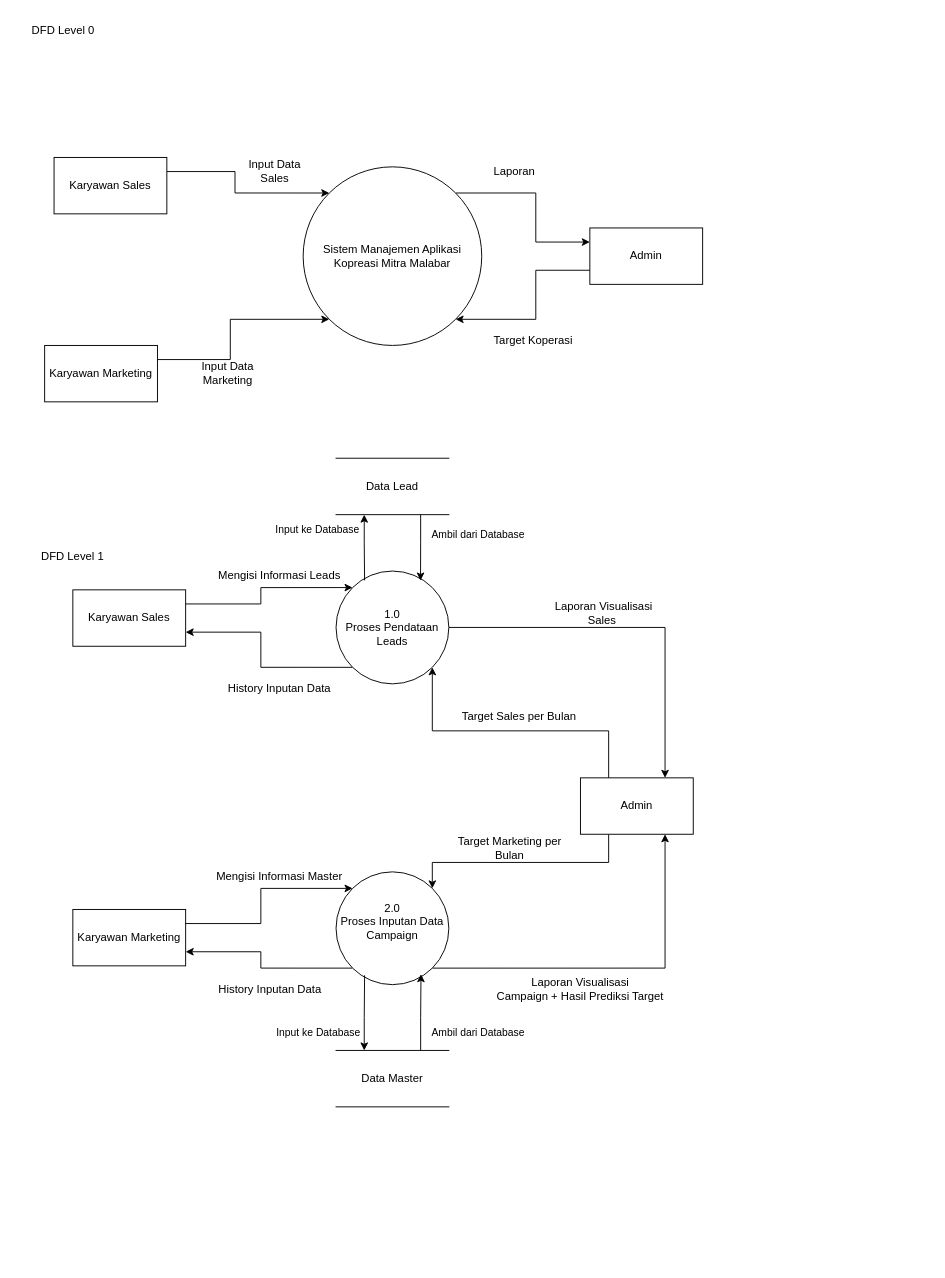
Earlier version of the draw.io diagram DFD_Koperasi Mitra Malabar.drawio.xml (NararyaPutra/Dokumentasi_Project-Koperasi-Mitra-Malabar). Source tidied: cells renumbered, new cells numbered last; positions are measured from the earlier drawing's top-left corner, leaving out a move shared by most shapes. Both pictures are drawn from the tidied source at 94%, with x=0, y=0 at pixel (16, 16).
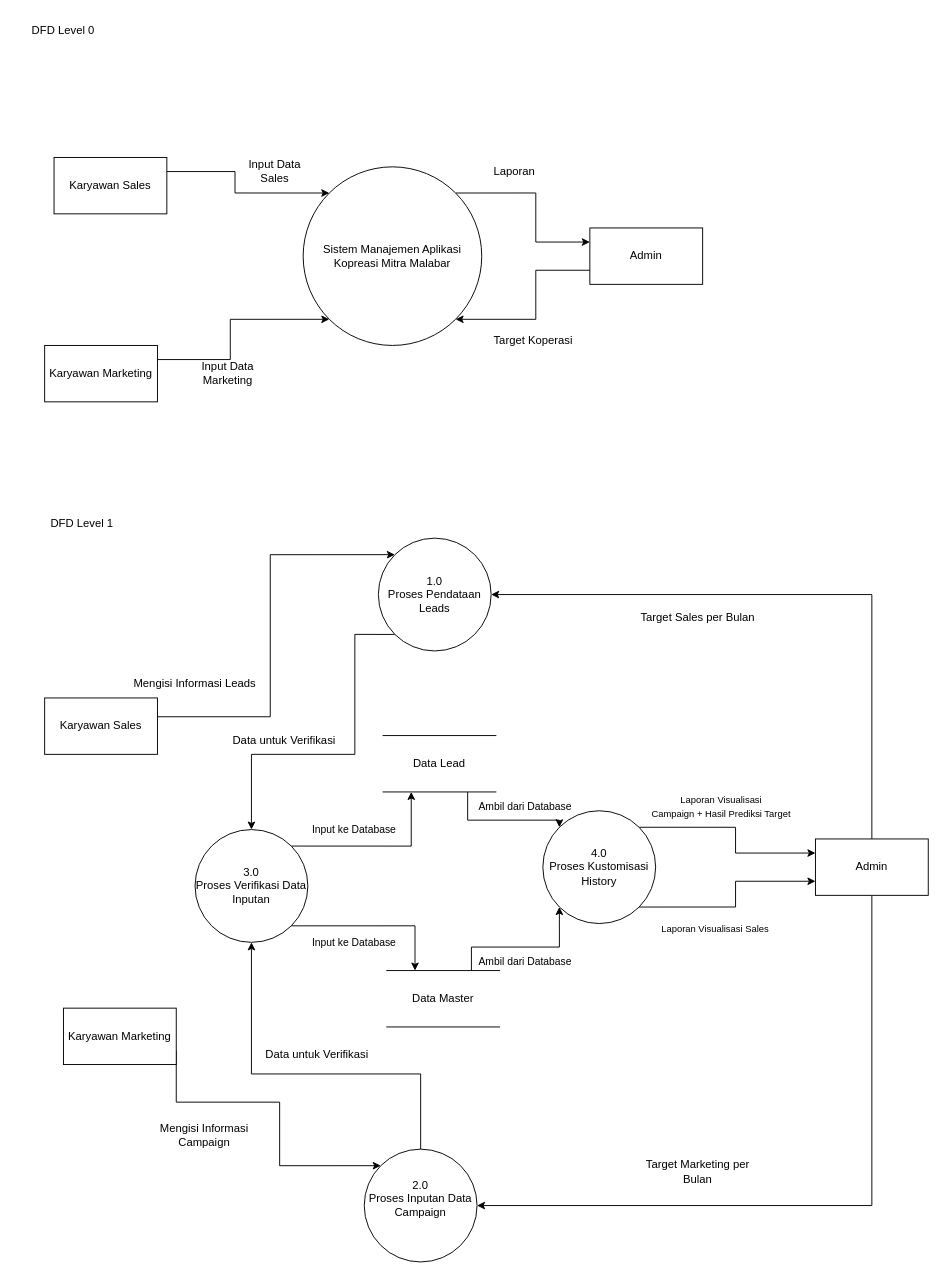
After the change.

The edit, as a diff of the source:
```diff
@@
-    <mxCell id="9" style="edgeStyle=orthogonalEdgeStyle;rounded=0;jettySize=auto;html=1;exitX=1;exitY=0.75;exitDx=0;exitDy=0;entryX=0;entryY=1;entryDx=0;entryDy=0;startArrow=classic;startFill=1;endArrow=none;endFill=0;" parent="1" edge="1" source="10" target="17">
-      <mxGeometry relative="1" as="geometry" />
-    </mxCell>
+    <mxCell id="47" style="edgeStyle=orthogonalEdgeStyle;rounded=0;jettySize=auto;html=1;exitX=1;exitY=0.25;exitDx=0;exitDy=0;entryX=0;entryY=0;entryDx=0;entryDy=0;" parent="1" edge="1" source="10" target="17">
+      <mxGeometry relative="1" as="geometry">
+        <Array as="points">
+          <mxPoint x="150" y="745" />
+          <mxPoint x="270" y="745" />
+          <mxPoint x="270" y="573" />
+        </Array>
+      </mxGeometry>
+    </mxCell>
     <mxCell id="10" value="Karyawan Sales" style="rounded=0;whiteSpace=wrap;html=1;" parent="1" vertex="1">
-      <mxGeometry x="60" y="610" width="120" height="60" as="geometry" />
+      <mxGeometry x="30" y="725" width="120" height="60" as="geometry" />
     </mxCell>
-    <mxCell id="11" style="edgeStyle=orthogonalEdgeStyle;rounded=0;jettySize=auto;html=1;exitX=0.25;exitY=0;exitDx=0;exitDy=0;entryX=1;entryY=1;entryDx=0;entryDy=0;" parent="1" edge="1" source="13" target="17">
+    <mxCell id="11" style="edgeStyle=orthogonalEdgeStyle;rounded=0;jettySize=auto;html=1;exitX=0.5;exitY=0;exitDx=0;exitDy=0;entryX=1;entryY=0.5;entryDx=0;entryDy=0;" parent="1" edge="1" source="13" target="17">
       <mxGeometry relative="1" as="geometry" />
     </mxCell>
-    <mxCell id="12" style="edgeStyle=orthogonalEdgeStyle;rounded=0;jettySize=auto;html=1;exitX=0.25;exitY=1;exitDx=0;exitDy=0;entryX=1;entryY=0;entryDx=0;entryDy=0;" parent="1" edge="1" source="13" target="19">
-      <mxGeometry relative="1" as="geometry">
-        <Array as="points">
-          <mxPoint x="630" y="900" />
-          <mxPoint x="442" y="900" />
-        </Array>
-      </mxGeometry>
+    <mxCell id="12" style="edgeStyle=orthogonalEdgeStyle;rounded=0;jettySize=auto;html=1;exitX=0.5;exitY=1;exitDx=0;exitDy=0;entryX=1;entryY=0.5;entryDx=0;entryDy=0;" parent="1" edge="1" source="13" target="19">
+      <mxGeometry relative="1" as="geometry" />
     </mxCell>
     <mxCell id="13" value="Admin" style="rounded=0;whiteSpace=wrap;html=1;" parent="1" vertex="1">
-      <mxGeometry x="600" y="810" width="120" height="60" as="geometry" />
+      <mxGeometry x="850" y="875" width="120" height="60" as="geometry" />
     </mxCell>
-    <mxCell id="14" style="edgeStyle=orthogonalEdgeStyle;rounded=0;jettySize=auto;html=1;exitX=1;exitY=0.75;exitDx=0;exitDy=0;entryX=0;entryY=1;entryDx=0;entryDy=0;startArrow=classic;startFill=1;endArrow=none;endFill=0;" parent="1" edge="1" source="15" target="19">
-      <mxGeometry relative="1" as="geometry" />
-    </mxCell>
+    <mxCell id="48" style="edgeStyle=orthogonalEdgeStyle;rounded=0;jettySize=auto;html=1;exitX=1;exitY=0.75;exitDx=0;exitDy=0;entryX=0;entryY=0;entryDx=0;entryDy=0;" parent="1" edge="1" source="15" target="19">
+      <mxGeometry relative="1" as="geometry">
+        <Array as="points">
+          <mxPoint x="170" y="1155" />
+          <mxPoint x="280" y="1155" />
+          <mxPoint x="280" y="1223" />
+        </Array>
+      </mxGeometry>
+    </mxCell>
     <mxCell id="15" value="Karyawan Marketing" style="rounded=0;whiteSpace=wrap;html=1;" parent="1" vertex="1">
-      <mxGeometry x="60" y="950" width="120" height="60" as="geometry" />
+      <mxGeometry x="50" y="1055" width="120" height="60" as="geometry" />
     </mxCell>
-    <mxCell id="16" style="edgeStyle=orthogonalEdgeStyle;rounded=0;jettySize=auto;html=1;exitX=1;exitY=0.5;exitDx=0;exitDy=0;entryX=0.75;entryY=0;entryDx=0;entryDy=0;" parent="1" edge="1" source="17" target="13">
-      <mxGeometry relative="1" as="geometry" />
-    </mxCell>
+    <mxCell id="49" style="edgeStyle=orthogonalEdgeStyle;rounded=0;jettySize=auto;html=1;exitX=0;exitY=1;exitDx=0;exitDy=0;" parent="1" edge="1" source="17" target="56">
+      <mxGeometry relative="1" as="geometry">
+        <Array as="points">
+          <mxPoint x="360" y="657" />
+          <mxPoint x="360" y="785" />
+          <mxPoint x="250" y="785" />
+        </Array>
+      </mxGeometry>
+    </mxCell>
     <mxCell id="17" value="1.0&lt;div&gt;Proses Pendataan&lt;/div&gt;&lt;div&gt;Leads&lt;/div&gt;" style="ellipse;whiteSpace=wrap;html=1;" parent="1" vertex="1">
-      <mxGeometry x="340" y="590" width="120" height="120" as="geometry" />
+      <mxGeometry x="385" y="555" width="120" height="120" as="geometry" />
     </mxCell>
-    <mxCell id="18" style="edgeStyle=orthogonalEdgeStyle;rounded=0;jettySize=auto;html=1;exitX=1;exitY=1;exitDx=0;exitDy=0;entryX=0.75;entryY=1;entryDx=0;entryDy=0;" parent="1" edge="1" source="19" target="13">
-      <mxGeometry relative="1" as="geometry" />
-    </mxCell>
+    <mxCell id="50" style="edgeStyle=orthogonalEdgeStyle;rounded=0;jettySize=auto;html=1;exitX=0.5;exitY=0;exitDx=0;exitDy=0;entryX=0.5;entryY=1;entryDx=0;entryDy=0;" parent="1" edge="1" source="19" target="56">
+      <mxGeometry relative="1" as="geometry">
+        <Array as="points">
+          <mxPoint x="430" y="1125" />
+          <mxPoint x="250" y="1125" />
+        </Array>
+      </mxGeometry>
+    </mxCell>
     <mxCell id="19" value="2.0&lt;div&gt;Proses Inputan Data Campaign&lt;/div&gt;&lt;div&gt;&lt;br&gt;&lt;/div&gt;" style="ellipse;whiteSpace=wrap;html=1;" parent="1" vertex="1">
-      <mxGeometry x="340" y="910" width="120" height="120" as="geometry" />
+      <mxGeometry x="370" y="1205" width="120" height="120" as="geometry" />
     </mxCell>
-    <mxCell id="20" style="edgeStyle=orthogonalEdgeStyle;rounded=0;jettySize=auto;html=1;exitX=1;exitY=0.25;exitDx=0;exitDy=0;entryX=0;entryY=0;entryDx=0;entryDy=0;" parent="1" edge="1" source="10" target="17">
-      <mxGeometry relative="1" as="geometry" />
-    </mxCell>
-    <mxCell id="21" style="edgeStyle=orthogonalEdgeStyle;rounded=0;jettySize=auto;html=1;exitX=1;exitY=0.25;exitDx=0;exitDy=0;entryX=0;entryY=0;entryDx=0;entryDy=0;" parent="1" edge="1" source="15" target="19">
-      <mxGeometry relative="1" as="geometry" />
-    </mxCell>
     <mxCell id="22" value="DFD Level 1" style="text;html=1;whiteSpace=wrap;strokeColor=none;fillColor=none;align=center;verticalAlign=middle;rounded=0;" parent="1" vertex="1">
-      <mxGeometry x="10" y="560" width="100" height="30" as="geometry" />
+      <mxGeometry x="20" y="525" width="100" height="30" as="geometry" />
     </mxCell>
-    <mxCell id="23" value="Laporan Visualisasi&lt;div&gt;Sales&amp;nbsp;&lt;/div&gt;" style="text;html=1;whiteSpace=wrap;strokeColor=none;fillColor=none;align=center;verticalAlign=middle;rounded=0;" parent="1" vertex="1">
-      <mxGeometry x="560" y="620" width="130" height="30" as="geometry" />
+    <mxCell id="23" value="&lt;font style=&quot;font-size: 10px;&quot;&gt;Laporan Visualisasi&amp;nbsp;&lt;/font&gt;&lt;span style=&quot;font-size: 10px; background-color: transparent; color: light-dark(rgb(0, 0, 0), rgb(255, 255, 255));&quot;&gt;Sales&amp;nbsp;&lt;/span&gt;" style="text;html=1;whiteSpace=wrap;strokeColor=none;fillColor=none;align=center;verticalAlign=middle;rounded=0;" parent="1" vertex="1">
+      <mxGeometry x="680" y="955" width="130" height="30" as="geometry" />
     </mxCell>
-    <mxCell id="24" value="Laporan Visualisasi&lt;div&gt;Campaign + Hasil Prediksi Target&lt;/div&gt;" style="text;html=1;whiteSpace=wrap;strokeColor=none;fillColor=none;align=center;verticalAlign=middle;rounded=0;" parent="1" vertex="1">
-      <mxGeometry x="510" y="1020" width="180" height="30" as="geometry" />
+    <mxCell id="24" value="&lt;font style=&quot;font-size: 10px;&quot;&gt;Laporan Visualisasi&lt;/font&gt;&lt;div&gt;&lt;font style=&quot;font-size: 10px;&quot;&gt;Campaign + Hasil Prediksi Target&lt;/font&gt;&lt;/div&gt;" style="text;html=1;whiteSpace=wrap;strokeColor=none;fillColor=none;align=center;verticalAlign=middle;rounded=0;" parent="1" vertex="1">
+      <mxGeometry x="660" y="825" width="180" height="30" as="geometry" />
     </mxCell>
     <mxCell id="25" value="Target Marketing per Bulan" style="text;html=1;whiteSpace=wrap;strokeColor=none;fillColor=none;align=center;verticalAlign=middle;rounded=0;" parent="1" vertex="1">
-      <mxGeometry x="460" y="870" width="130" height="30" as="geometry" />
+      <mxGeometry x="660" y="1214" width="130" height="30" as="geometry" />
     </mxCell>
     <mxCell id="26" value="Target Sales per Bulan" style="text;html=1;whiteSpace=wrap;strokeColor=none;fillColor=none;align=center;verticalAlign=middle;rounded=0;" parent="1" vertex="1">
-      <mxGeometry x="470" y="730" width="130" height="30" as="geometry" />
+      <mxGeometry x="660" y="625" width="130" height="30" as="geometry" />
     </mxCell>
     <mxCell id="27" value="Mengisi Informasi Leads" style="text;html=1;whiteSpace=wrap;strokeColor=none;fillColor=none;align=center;verticalAlign=middle;rounded=0;" parent="1" vertex="1">
-      <mxGeometry x="210" y="580" width="140" height="30" as="geometry" />
+      <mxGeometry x="120" y="695" width="140" height="30" as="geometry" />
     </mxCell>
-    <mxCell id="28" value="Mengisi Informasi Master" style="text;html=1;whiteSpace=wrap;strokeColor=none;fillColor=none;align=center;verticalAlign=middle;rounded=0;" parent="1" vertex="1">
-      <mxGeometry x="210" y="900" width="140" height="30" as="geometry" />
+    <mxCell id="28" value="Mengisi Informasi Campaign" style="text;html=1;whiteSpace=wrap;strokeColor=none;fillColor=none;align=center;verticalAlign=middle;rounded=0;" parent="1" vertex="1">
+      <mxGeometry x="130" y="1175" width="140" height="30" as="geometry" />
     </mxCell>
@@
-    <mxCell id="35" style="edgeStyle=orthogonalEdgeStyle;rounded=0;jettySize=auto;html=1;exitX=0.25;exitY=1;exitDx=0;exitDy=0;entryX=0.253;entryY=0.083;entryDx=0;entryDy=0;entryPerimeter=0;endArrow=none;endFill=0;startArrow=classic;startFill=1;" parent="1" edge="1" source="38" target="17">
-      <mxGeometry relative="1" as="geometry" />
-    </mxCell>
-    <mxCell id="36" value="Input ke Database" style="edgeLabel;html=1;align=center;verticalAlign=middle;" parent="35" vertex="1">
-      <mxGeometry x="-0.01" y="-1" relative="1" as="geometry">
-        <mxPoint x="-50" y="-19" as="offset" />
-      </mxGeometry>
-    </mxCell>
-    <mxCell id="37" style="edgeStyle=orthogonalEdgeStyle;rounded=0;jettySize=auto;html=1;exitX=0.75;exitY=1;exitDx=0;exitDy=0;entryX=0.749;entryY=0.084;entryDx=0;entryDy=0;entryPerimeter=0;startArrow=none;startFill=0;" parent="1" edge="1" source="38" target="17">
-      <mxGeometry relative="1" as="geometry" />
-    </mxCell>
+    <mxCell id="42" value="Ambil dari Database" style="edgeLabel;html=1;align=center;verticalAlign=middle;" parent="1" vertex="1">
+      <mxGeometry x="540" y="840" as="geometry" />
+    </mxCell>
+    <mxCell id="51" style="edgeStyle=orthogonalEdgeStyle;rounded=0;jettySize=auto;html=1;exitX=1;exitY=0;exitDx=0;exitDy=0;entryX=0;entryY=0.25;entryDx=0;entryDy=0;" parent="1" edge="1" source="53" target="13">
+      <mxGeometry relative="1" as="geometry" />
+    </mxCell>
+    <mxCell id="52" style="edgeStyle=orthogonalEdgeStyle;rounded=0;jettySize=auto;html=1;exitX=1;exitY=1;exitDx=0;exitDy=0;entryX=0;entryY=0.75;entryDx=0;entryDy=0;" parent="1" edge="1" source="53" target="13">
+      <mxGeometry relative="1" as="geometry" />
+    </mxCell>
+    <mxCell id="53" value="4.0&lt;div&gt;Proses Kustomisasi History&lt;/div&gt;" style="ellipse;whiteSpace=wrap;html=1;" parent="1" vertex="1">
+      <mxGeometry x="560" y="845" width="120" height="120" as="geometry" />
+    </mxCell>
+    <mxCell id="54" style="edgeStyle=orthogonalEdgeStyle;rounded=0;jettySize=auto;html=1;exitX=1;exitY=0;exitDx=0;exitDy=0;entryX=0.25;entryY=1;entryDx=0;entryDy=0;" parent="1" edge="1" source="56" target="38">
+      <mxGeometry relative="1" as="geometry" />
+    </mxCell>
+    <mxCell id="55" style="edgeStyle=orthogonalEdgeStyle;rounded=0;jettySize=auto;html=1;exitX=1;exitY=1;exitDx=0;exitDy=0;entryX=0.25;entryY=0;entryDx=0;entryDy=0;" parent="1" edge="1" source="56" target="39">
+      <mxGeometry relative="1" as="geometry" />
+    </mxCell>
+    <mxCell id="56" value="3.0&lt;div&gt;Proses Verifikasi Data Inputan&lt;/div&gt;" style="ellipse;whiteSpace=wrap;html=1;" parent="1" vertex="1">
+      <mxGeometry x="190" y="865" width="120" height="120" as="geometry" />
+    </mxCell>
+    <mxCell id="57" value="Data untuk Verifikasi" style="text;html=1;whiteSpace=wrap;strokeColor=none;fillColor=none;align=center;verticalAlign=middle;rounded=0;" parent="1" vertex="1">
+      <mxGeometry x="260" y="1085" width="120" height="40" as="geometry" />
+    </mxCell>
+    <mxCell id="58" value="Data untuk Verifikasi" style="text;html=1;whiteSpace=wrap;strokeColor=none;fillColor=none;align=center;verticalAlign=middle;rounded=0;" parent="1" vertex="1">
+      <mxGeometry x="215" y="755" width="140" height="30" as="geometry" />
+    </mxCell>
+    <mxCell id="59" style="edgeStyle=orthogonalEdgeStyle;rounded=0;jettySize=auto;html=1;exitX=0.75;exitY=1;exitDx=0;exitDy=0;entryX=0;entryY=0;entryDx=0;entryDy=0;" parent="1" edge="1" source="38" target="53">
+      <mxGeometry relative="1" as="geometry">
+        <Array as="points">
+          <mxPoint x="480" y="855" />
+          <mxPoint x="578" y="855" />
+        </Array>
+      </mxGeometry>
+    </mxCell>
     <mxCell id="38" value="Data Lead" style="shape=partialRectangle;whiteSpace=wrap;html=1;left=0;right=0;fillColor=none;" parent="1" vertex="1">
-      <mxGeometry x="340" y="470" width="120" height="60" as="geometry" />
+      <mxGeometry x="390" y="765" width="120" height="60" as="geometry" />
     </mxCell>
+    <mxCell id="60" value="Input ke Database" style="edgeLabel;html=1;align=center;verticalAlign=middle;" parent="1" vertex="1">
+      <mxGeometry x="355" y="865" as="geometry">
+        <mxPoint x="3" y="-1" as="offset" />
+      </mxGeometry>
+    </mxCell>
+    <mxCell id="61" style="edgeStyle=orthogonalEdgeStyle;rounded=0;jettySize=auto;html=1;exitX=0.75;exitY=0;exitDx=0;exitDy=0;entryX=0;entryY=1;entryDx=0;entryDy=0;" parent="1" edge="1" source="39" target="53">
+      <mxGeometry relative="1" as="geometry" />
+    </mxCell>
     <mxCell id="39" value="Data Master" style="shape=partialRectangle;whiteSpace=wrap;html=1;left=0;right=0;fillColor=none;" parent="1" vertex="1">
-      <mxGeometry x="340" y="1100" width="120" height="60" as="geometry" />
+      <mxGeometry x="394" y="1015" width="120" height="60" as="geometry" />
     </mxCell>
-    <mxCell id="40" style="edgeStyle=orthogonalEdgeStyle;rounded=0;jettySize=auto;html=1;exitX=0.25;exitY=0;exitDx=0;exitDy=0;entryX=0.253;entryY=0.917;entryDx=0;entryDy=0;entryPerimeter=0;startArrow=classic;startFill=1;endArrow=none;endFill=0;" parent="1" edge="1" source="39" target="19">
-      <mxGeometry relative="1" as="geometry" />
-    </mxCell>
-    <mxCell id="41" style="edgeStyle=orthogonalEdgeStyle;rounded=0;jettySize=auto;html=1;exitX=0.75;exitY=0;exitDx=0;exitDy=0;entryX=0.753;entryY=0.907;entryDx=0;entryDy=0;entryPerimeter=0;" parent="1" edge="1" source="39" target="19">
-      <mxGeometry relative="1" as="geometry" />
-    </mxCell>
-    <mxCell id="42" value="Ambil dari Database" style="edgeLabel;html=1;align=center;verticalAlign=middle;" parent="1" vertex="1">
-      <mxGeometry x="490" y="550" as="geometry" />
-    </mxCell>
-    <mxCell id="43" value="Input ke Database" style="edgeLabel;html=1;align=center;verticalAlign=middle;" parent="1" vertex="1">
-      <mxGeometry x="320" y="1080" as="geometry" />
-    </mxCell>
+    <mxCell id="62" value="Input ke Database" style="edgeLabel;html=1;align=center;verticalAlign=middle;" parent="1" vertex="1">
+      <mxGeometry x="355" y="985" as="geometry">
+        <mxPoint x="3" y="-1" as="offset" />
+      </mxGeometry>
+    </mxCell>
     <mxCell id="44" value="Ambil dari Database" style="edgeLabel;html=1;align=center;verticalAlign=middle;" parent="1" vertex="1">
-      <mxGeometry x="490" y="1080" as="geometry" />
+      <mxGeometry x="540" y="1005" as="geometry" />
     </mxCell>
-    <mxCell id="45" value="History Inputan Data" style="text;html=1;whiteSpace=wrap;strokeColor=none;fillColor=none;align=center;verticalAlign=middle;rounded=0;" parent="1" vertex="1">
-      <mxGeometry x="210" y="700" width="140" height="30" as="geometry" />
-    </mxCell>
-    <mxCell id="46" value="History Inputan Data" style="text;html=1;whiteSpace=wrap;strokeColor=none;fillColor=none;align=center;verticalAlign=middle;rounded=0;" parent="1" vertex="1">
-      <mxGeometry x="200" y="1020" width="140" height="30" as="geometry" />
-    </mxCell>
```
